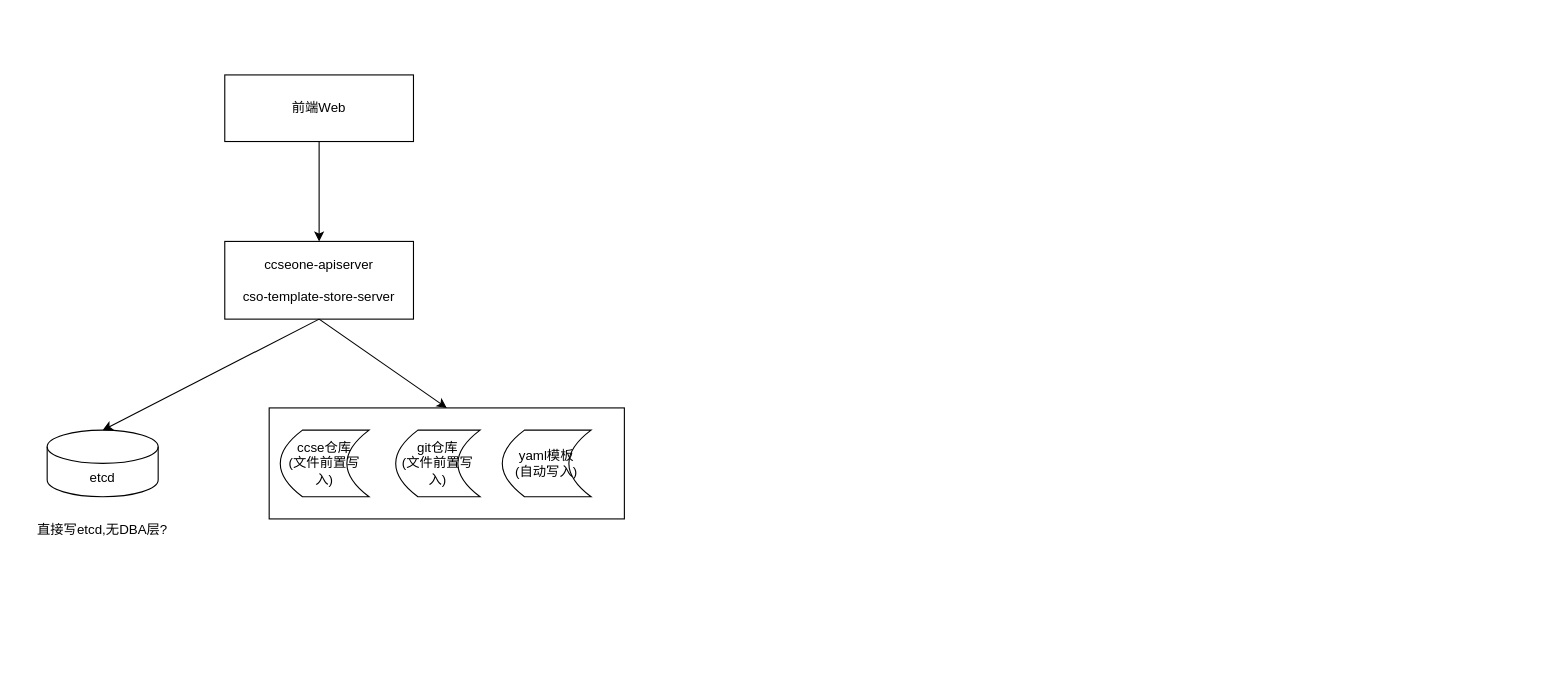
Before: drawio/ccse-模板仓库01.drawio in Tiny-VS-Lina/ccse, a draw.io diagram. Source tidied: cells renumbered, new cells numbered last; positions are measured from the earlier drawing's top-left corner, leaving out a move shared by most shapes. Both pictures are drawn from the tidied source at 111%, with x=0, y=0 at pixel (19, 74).
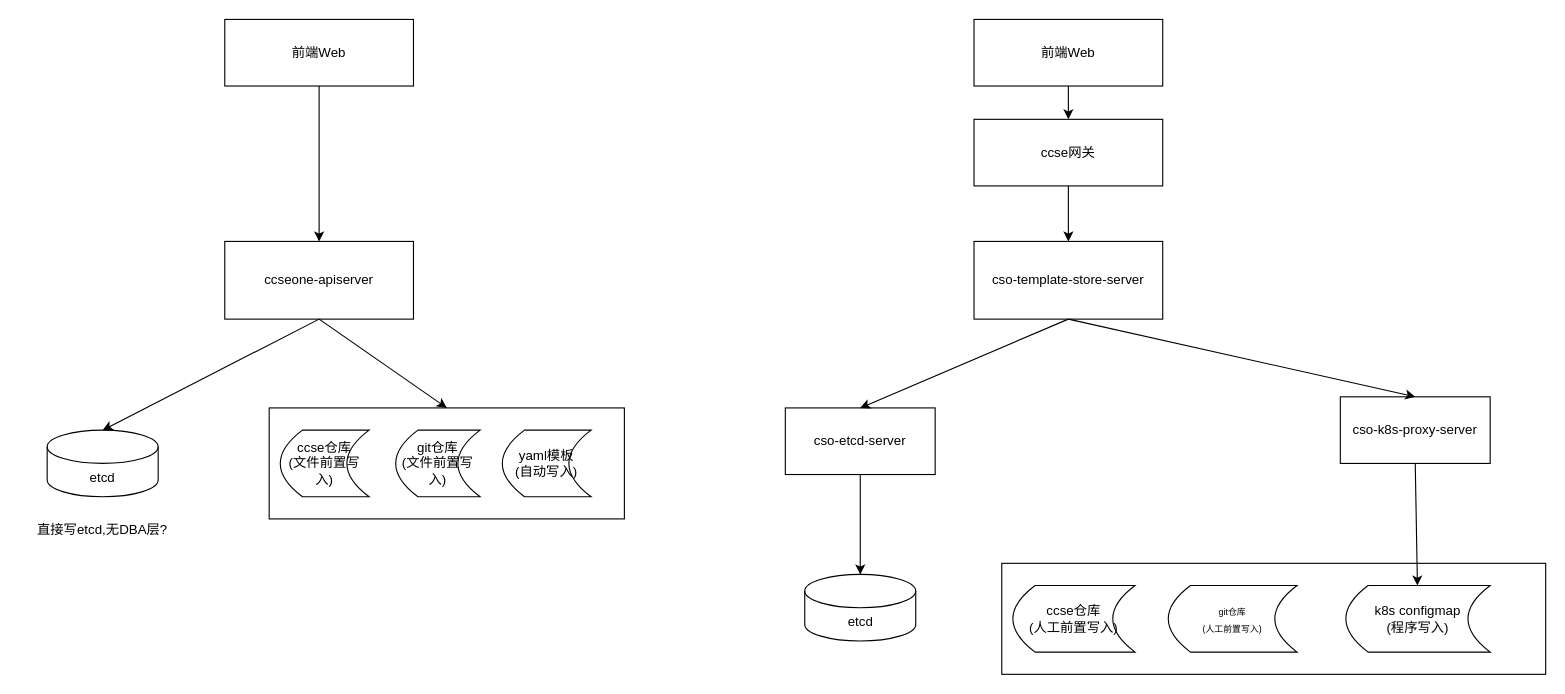
After the change.

Commit message (it also covers changes not shown here):
更新ccse-模板仓库01.drawio

Change to the diagram source:
```diff
@@
     <mxCell id="3" value="前端Web" style="rounded=0;whiteSpace=wrap;html=1;" parent="1" vertex="1">
-      <mxGeometry x="185" width="170" height="60" as="geometry" />
+      <mxGeometry x="185" y="-50" width="170" height="60" as="geometry" />
     </mxCell>
-    <mxCell id="4" value="ccseone-apiserver&lt;br&gt;&lt;br&gt;cso-template-store-server" style="rounded=0;whiteSpace=wrap;html=1;" parent="1" vertex="1">
+    <mxCell id="4" value="ccseone-apiserver" style="rounded=0;whiteSpace=wrap;html=1;" parent="1" vertex="1">
       <mxGeometry x="185" y="150" width="170" height="70" as="geometry" />
     </mxCell>
@@
+    <mxCell id="13" style="rounded=0;whiteSpace=wrap;html=1;" parent="1" vertex="1">
+      <mxGeometry x="885" y="440" width="490" height="100" as="geometry" />
+    </mxCell>
+    <mxCell id="14" value="ccse网关" style="rounded=0;whiteSpace=wrap;html=1;" parent="1" vertex="1">
+      <mxGeometry x="860" y="40" width="170" height="60" as="geometry" />
+    </mxCell>
+    <mxCell id="15" value="cso-template-store-server" style="rounded=0;whiteSpace=wrap;html=1;" parent="1" vertex="1">
+      <mxGeometry x="860" y="150" width="170" height="70" as="geometry" />
+    </mxCell>
+    <mxCell id="16" value="etcd" style="shape=cylinder3;whiteSpace=wrap;html=1;boundedLbl=1;backgroundOutline=1;size=15;" parent="1" vertex="1">
+      <mxGeometry x="707.5" y="450" width="100" height="60" as="geometry" />
+    </mxCell>
+    <mxCell id="17" value="ccse仓库&lt;br style=&quot;border-color: var(--border-color);&quot;&gt;(人工前置写入)" style="shape=dataStorage;whiteSpace=wrap;html=1;fixedSize=1;" parent="1" vertex="1">
+      <mxGeometry x="895" y="460" width="110" height="60" as="geometry" />
+    </mxCell>
+    <mxCell id="18" value="&lt;font style=&quot;font-size: 8px;&quot;&gt;git仓库&lt;br&gt;(人工前置写入)&lt;/font&gt;" style="shape=dataStorage;whiteSpace=wrap;html=1;fixedSize=1;" parent="1" vertex="1">
+      <mxGeometry x="1035" y="460" width="116" height="60" as="geometry" />
+    </mxCell>
+    <mxCell id="19" value="k8s&amp;nbsp;configmap&lt;br&gt;(程序写入)" style="shape=dataStorage;whiteSpace=wrap;html=1;fixedSize=1;" parent="1" vertex="1">
+      <mxGeometry x="1195" y="460" width="130" height="60" as="geometry" />
+    </mxCell>
+    <mxCell id="20" style="endArrow=classic;html=1;rounded=0;exitX=0.5;exitY=1;exitDx=0;exitDy=0;entryX=0.5;entryY=0;entryDx=0;entryDy=0;" parent="1" edge="1" source="14" target="15">
+      <mxGeometry relative="1" as="geometry" />
+    </mxCell>
+    <mxCell id="21" value="前端Web" style="rounded=0;whiteSpace=wrap;html=1;" parent="1" vertex="1">
+      <mxGeometry x="860" y="-50" width="170" height="60" as="geometry" />
+    </mxCell>
+    <mxCell id="22" style="endArrow=classic;html=1;rounded=0;exitX=0.5;exitY=1;exitDx=0;exitDy=0;entryX=0.5;entryY=0;entryDx=0;entryDy=0;" parent="1" edge="1" source="21" target="14">
+      <mxGeometry relative="1" as="geometry" />
+    </mxCell>
+    <mxCell id="23" value="cso-k8s-proxy-server" style="rounded=0;whiteSpace=wrap;html=1;" parent="1" vertex="1">
+      <mxGeometry x="1190" y="290" width="135" height="60" as="geometry" />
+    </mxCell>
+    <mxCell id="24" style="endArrow=classic;html=1;rounded=0;exitX=0.5;exitY=1;exitDx=0;exitDy=0;entryX=0.5;entryY=0;entryDx=0;entryDy=0;" parent="1" edge="1" source="15" target="23">
+      <mxGeometry relative="1" as="geometry" />
+    </mxCell>
+    <mxCell id="25" value="cso-etcd-server" style="rounded=0;whiteSpace=wrap;html=1;" parent="1" vertex="1">
+      <mxGeometry x="690" y="300" width="135" height="60" as="geometry" />
+    </mxCell>
+    <mxCell id="26" style="endArrow=classic;html=1;rounded=0;exitX=0.5;exitY=1;exitDx=0;exitDy=0;entryX=0.5;entryY=0;entryDx=0;entryDy=0;" parent="1" edge="1" source="15" target="25">
+      <mxGeometry relative="1" as="geometry" />
+    </mxCell>
+    <mxCell id="27" style="endArrow=classic;html=1;rounded=0;exitX=0.5;exitY=1;exitDx=0;exitDy=0;" parent="1" edge="1" source="25" target="16">
+      <mxGeometry relative="1" as="geometry" />
+    </mxCell>
+    <mxCell id="28" style="endArrow=classic;html=1;rounded=0;exitX=0.5;exitY=1;exitDx=0;exitDy=0;" parent="1" edge="1" source="23" target="19">
+      <mxGeometry relative="1" as="geometry" />
+    </mxCell>
```
